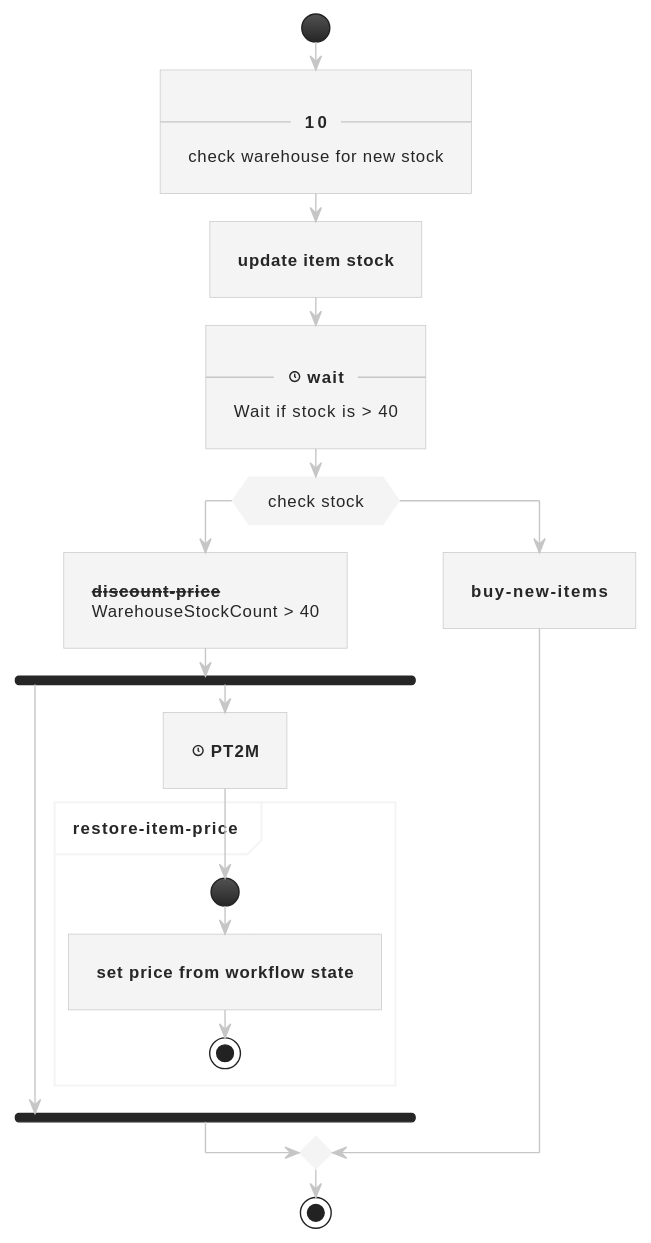
The PlantUML diagram example/check-warehouse.svg in sterlp/pmw, before a commit.
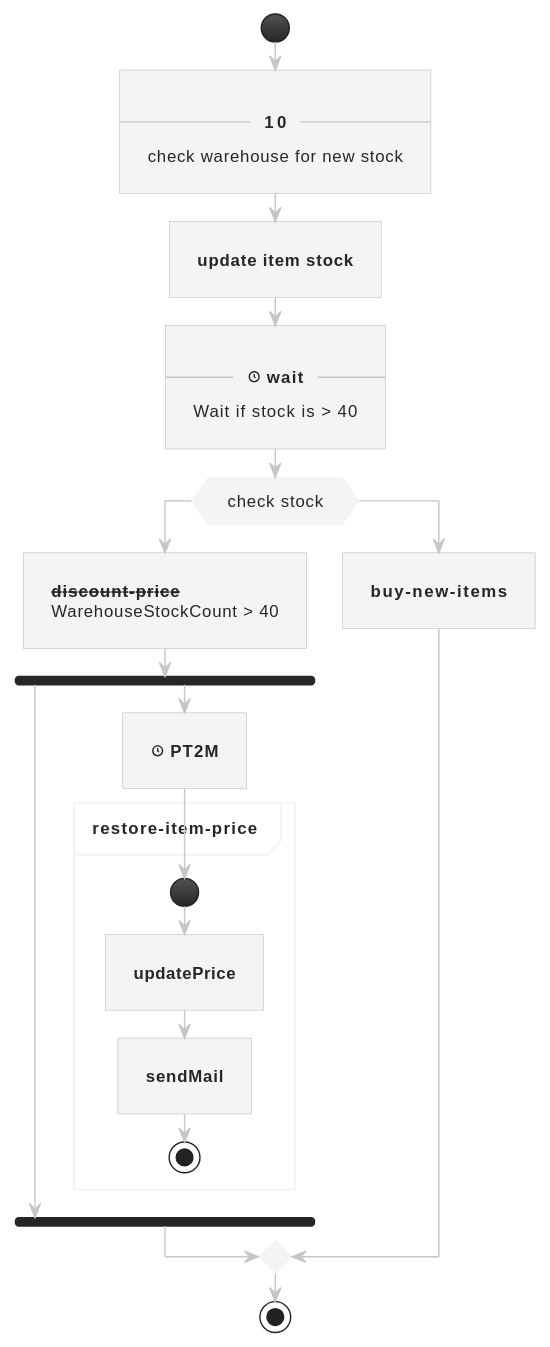
Later version of the same file.

The edit, as a diff of the source:
```diff
@@ -15,7 +15,8 @@
         :**<&clock> PT2M**;
         partition "restore-item-price" {
           start
-            :**set price from workflow state**;
+            :**updatePrice**;
+            :**sendMail**;
           stop
         }
       end fork
```
